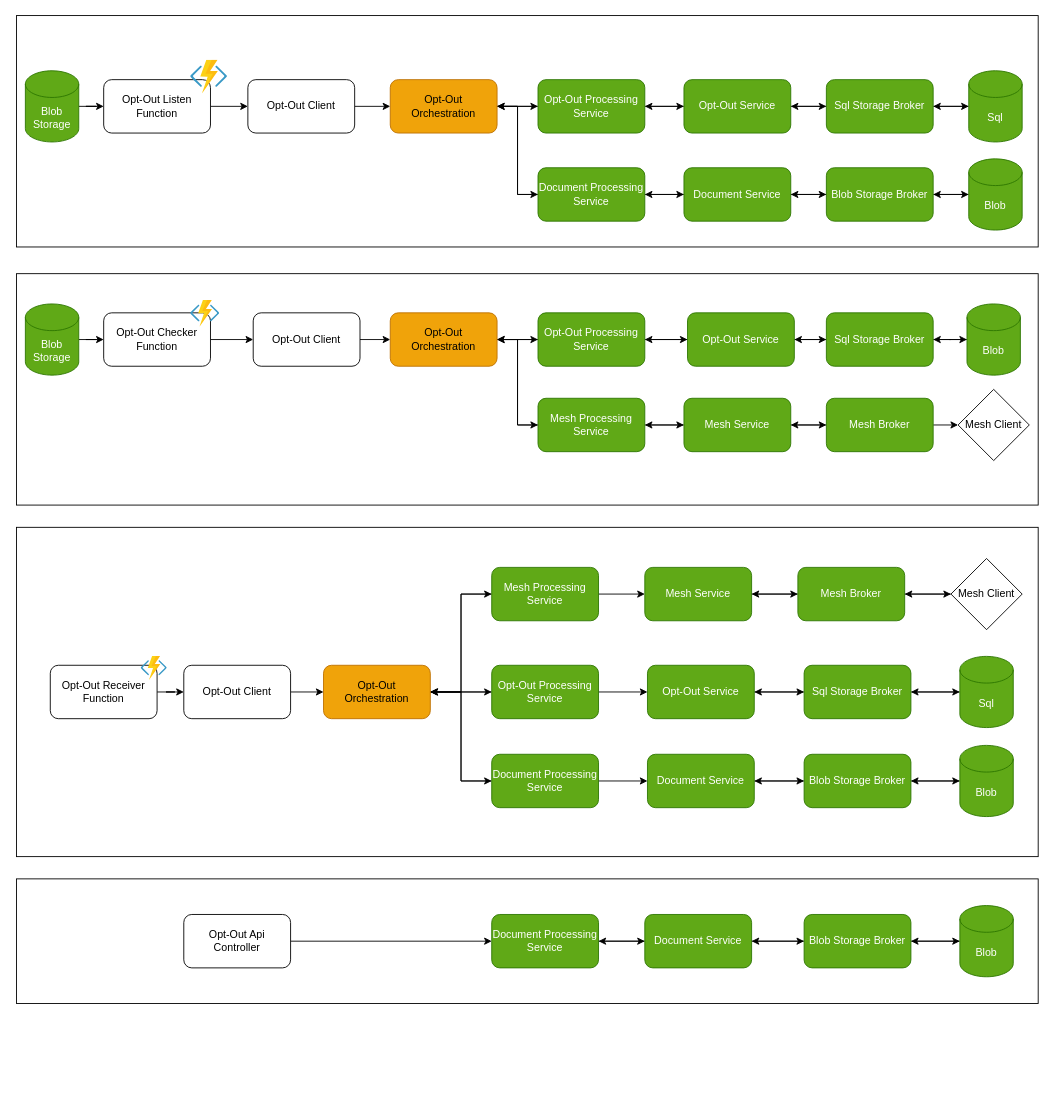
This is Documentation/Opt-Out/Opt-out.drawio from NHSISL/LondonDataServices, a draw.io file, before an edit. Source tidied: cells renumbered, new cells numbered last; positions are measured from the earlier drawing's top-left corner, leaving out a move shared by most shapes. Both pictures are drawn from the tidied source at 89%, with x=0, y=0 at pixel (16, 15).
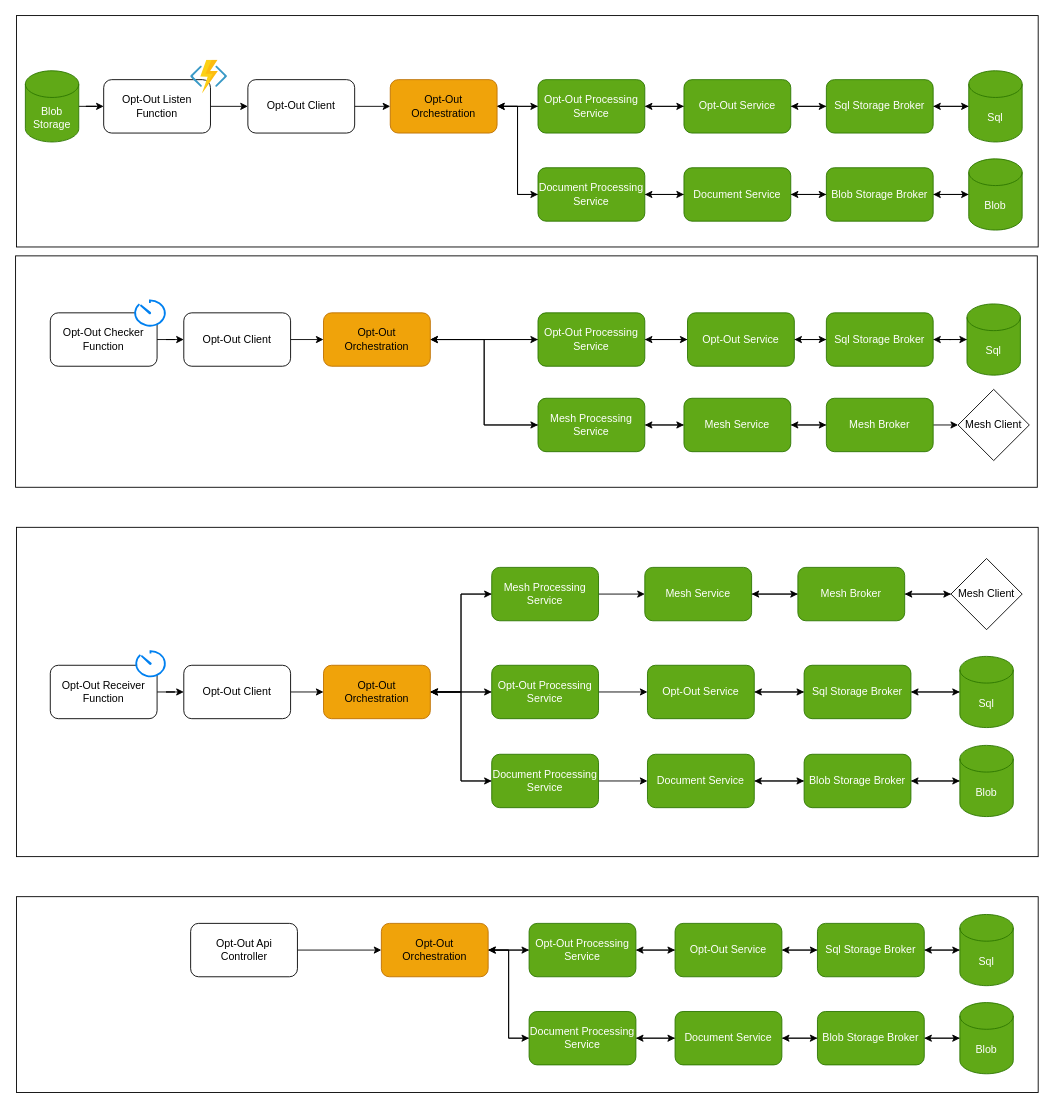
The same diagram, later.

Commit message:
CODE RUB: Updated diagram

Change to the diagram source:
```diff
@@
     <mxCell id="2" style="rounded=0;whiteSpace=wrap;html=1;" parent="1" vertex="1">
-      <mxGeometry y="290" width="1148" height="260" as="geometry" />
+      <mxGeometry x="-1" y="270" width="1148" height="260" as="geometry" />
     </mxCell>
     <mxCell id="3" style="rounded=0;whiteSpace=wrap;html=1;" parent="1" vertex="1">
-      <mxGeometry y="970" width="1148" height="140" as="geometry" />
+      <mxGeometry y="990" width="1148" height="220" as="geometry" />
     </mxCell>
@@
-    <mxCell id="16" style="sketch=0;html=1;align=center;image;fontSize=12;image=img/lib/mscae/Functions.svg;" parent="1" vertex="1">
-      <mxGeometry x="140" y="720" width="29.4" height="27" as="geometry" />
-    </mxCell>
@@
-    <mxCell id="50" style="edgeStyle=orthogonalEdgeStyle;rounded=0;jettySize=auto;html=1;exitX=1;exitY=0.5;exitDx=0;exitDy=0;entryX=0;entryY=0.5;entryDx=0;entryDy=0;" parent="1" edge="1" source="52" target="55">
-      <mxGeometry relative="1" as="geometry" />
-    </mxCell>
-    <mxCell id="51" style="edgeStyle=orthogonalEdgeStyle;rounded=0;jettySize=auto;html=1;exitX=0;exitY=0.5;exitDx=0;exitDy=0;entryX=1;entryY=0.5;entryDx=0;entryDy=0;" parent="1" edge="1" source="52" target="113">
-      <mxGeometry relative="1" as="geometry" />
-    </mxCell>
-    <mxCell id="52" value="Document Service" style="rounded=1;whiteSpace=wrap;html=1;fillColor=#60a917;fontColor=#ffffff;strokeColor=#2D7600;" parent="1" vertex="1">
-      <mxGeometry x="706" y="1010" width="120" height="60" as="geometry" />
-    </mxCell>
-    <mxCell id="53" style="edgeStyle=orthogonalEdgeStyle;rounded=0;jettySize=auto;html=1;exitX=1;exitY=0.5;exitDx=0;exitDy=0;" parent="1" edge="1" source="55" target="57">
-      <mxGeometry relative="1" as="geometry" />
-    </mxCell>
-    <mxCell id="54" style="edgeStyle=orthogonalEdgeStyle;rounded=0;jettySize=auto;html=1;exitX=0;exitY=0.5;exitDx=0;exitDy=0;" parent="1" edge="1" source="55" target="52">
-      <mxGeometry relative="1" as="geometry" />
-    </mxCell>
-    <mxCell id="55" value="Blob Storage Broker" style="rounded=1;whiteSpace=wrap;html=1;fillColor=#60a917;fontColor=#ffffff;strokeColor=#2D7600;" parent="1" vertex="1">
-      <mxGeometry x="885" y="1010" width="120" height="60" as="geometry" />
-    </mxCell>
-    <mxCell id="56" style="edgeStyle=orthogonalEdgeStyle;rounded=0;jettySize=auto;html=1;exitX=0;exitY=0.5;exitDx=0;exitDy=0;exitPerimeter=0;entryX=1;entryY=0.5;entryDx=0;entryDy=0;" parent="1" edge="1" source="57" target="55">
-      <mxGeometry relative="1" as="geometry" />
-    </mxCell>
-    <mxCell id="57" value="Blob" style="shape=cylinder3;whiteSpace=wrap;html=1;boundedLbl=1;backgroundOutline=1;size=15;fillColor=#60a917;fontColor=#ffffff;strokeColor=#2D7600;" parent="1" vertex="1">
-      <mxGeometry x="1060" y="1000" width="60" height="80" as="geometry" />
-    </mxCell>
-    <mxCell id="58" style="edgeStyle=orthogonalEdgeStyle;rounded=0;jettySize=auto;html=1;exitX=1;exitY=0.5;exitDx=0;exitDy=0;entryX=0;entryY=0.5;entryDx=0;entryDy=0;" parent="1" edge="1" source="59" target="113">
-      <mxGeometry relative="1" as="geometry" />
-    </mxCell>
+    <mxCell id="120" style="edgeStyle=orthogonalEdgeStyle;rounded=0;jettySize=auto;html=1;exitX=1;exitY=0.5;exitDx=0;exitDy=0;entryX=0;entryY=0.5;entryDx=0;entryDy=0;" parent="1" edge="1" source="59" target="125">
+      <mxGeometry relative="1" as="geometry" />
+    </mxCell>
     <mxCell id="59" value="Opt-Out Api Controller" style="rounded=1;whiteSpace=wrap;html=1;" parent="1" vertex="1">
-      <mxGeometry x="188" y="1010" width="120" height="60" as="geometry" />
+      <mxGeometry x="195.7" y="1020" width="120" height="60" as="geometry" />
     </mxCell>
@@
     <mxCell id="84" value="Opt-Out Checker&lt;br&gt;Function" style="rounded=1;whiteSpace=wrap;html=1;" parent="1" vertex="1">
-      <mxGeometry x="98" y="334" width="120" height="60" as="geometry" />
+      <mxGeometry x="38" y="334" width="120" height="60" as="geometry" />
     </mxCell>
-    <mxCell id="85" style="sketch=0;html=1;align=center;image;fontSize=12;image=img/lib/mscae/Functions.svg;" parent="1" vertex="1">
-      <mxGeometry x="195.7" y="320" width="32.6" height="30" as="geometry" />
-    </mxCell>
-    <mxCell id="86" style="edgeStyle=orthogonalEdgeStyle;rounded=0;jettySize=auto;html=1;exitX=1;exitY=0.5;exitDx=0;exitDy=0;exitPerimeter=0;" parent="1" edge="1" source="87" target="84">
-      <mxGeometry relative="1" as="geometry" />
-    </mxCell>
-    <mxCell id="87" value="Blob Storage" style="shape=cylinder3;whiteSpace=wrap;html=1;boundedLbl=1;backgroundOutline=1;size=15;fillColor=#60a917;fontColor=#ffffff;strokeColor=#2D7600;" parent="1" vertex="1">
-      <mxGeometry x="10" y="324" width="60" height="80" as="geometry" />
-    </mxCell>
@@
     <mxCell id="90" value="Opt-Out Orchestration" style="rounded=1;whiteSpace=wrap;html=1;fillColor=#f0a30a;fontColor=#000000;strokeColor=#BD7000;" parent="1" vertex="1">
-      <mxGeometry x="420" y="334" width="120" height="60" as="geometry" />
+      <mxGeometry x="345" y="334" width="120" height="60" as="geometry" />
     </mxCell>
@@
-    <mxCell id="98" value="Blob" style="shape=cylinder3;whiteSpace=wrap;html=1;boundedLbl=1;backgroundOutline=1;size=15;fillColor=#60a917;fontColor=#ffffff;strokeColor=#2D7600;" parent="1" vertex="1">
+    <mxCell id="98" value="Sql" style="shape=cylinder3;whiteSpace=wrap;html=1;boundedLbl=1;backgroundOutline=1;size=15;fillColor=#60a917;fontColor=#ffffff;strokeColor=#2D7600;" parent="1" vertex="1">
       <mxGeometry x="1068" y="324" width="60" height="80" as="geometry" />
     </mxCell>
@@
-    <mxCell id="112" style="edgeStyle=orthogonalEdgeStyle;rounded=0;jettySize=auto;html=1;exitX=1;exitY=0.5;exitDx=0;exitDy=0;entryX=0;entryY=0.5;entryDx=0;entryDy=0;" parent="1" edge="1" source="113" target="52">
-      <mxGeometry relative="1" as="geometry" />
-    </mxCell>
-    <mxCell id="113" value="Document Processing Service" style="rounded=1;whiteSpace=wrap;html=1;fillColor=#60a917;fontColor=#ffffff;strokeColor=#2D7600;" parent="1" vertex="1">
-      <mxGeometry x="534" y="1010" width="120" height="60" as="geometry" />
-    </mxCell>
@@
     <mxCell id="117" value="Opt-Out Client" style="rounded=1;whiteSpace=wrap;html=1;" parent="1" vertex="1">
-      <mxGeometry x="266" y="334" width="120" height="60" as="geometry" />
+      <mxGeometry x="188" y="334" width="120" height="60" as="geometry" />
     </mxCell>
@@
+    <mxCell id="121" style="html=1;verticalLabelPosition=bottom;align=center;labelBackgroundColor=#ffffff;verticalAlign=top;strokeWidth=2;strokeColor=#0080F0;shadow=0;dashed=0;shape=mxgraph.ios7.icons.gauge;" parent="1" vertex="1">
+      <mxGeometry x="131.7" y="320" width="36.3" height="30" as="geometry" />
+    </mxCell>
+    <mxCell id="122" style="html=1;verticalLabelPosition=bottom;align=center;labelBackgroundColor=#ffffff;verticalAlign=top;strokeWidth=2;strokeColor=#0080F0;shadow=0;dashed=0;shape=mxgraph.ios7.icons.gauge;" parent="1" vertex="1">
+      <mxGeometry x="133" y="714" width="35" height="30" as="geometry" />
+    </mxCell>
+    <mxCell id="123" style="edgeStyle=orthogonalEdgeStyle;rounded=0;jettySize=auto;html=1;exitX=1;exitY=0.5;exitDx=0;exitDy=0;entryX=0;entryY=0.5;entryDx=0;entryDy=0;" parent="1" edge="1" source="125" target="136">
+      <mxGeometry relative="1" as="geometry" />
+    </mxCell>
+    <mxCell id="124" style="edgeStyle=orthogonalEdgeStyle;rounded=0;jettySize=auto;html=1;exitX=1;exitY=0.5;exitDx=0;exitDy=0;entryX=0;entryY=0.5;entryDx=0;entryDy=0;" parent="1" edge="1" source="125" target="113">
+      <mxGeometry relative="1" as="geometry" />
+    </mxCell>
+    <mxCell id="125" value="Opt-Out Orchestration" style="rounded=1;whiteSpace=wrap;html=1;fillColor=#f0a30a;fontColor=#000000;strokeColor=#BD7000;" parent="1" vertex="1">
+      <mxGeometry x="410" y="1020" width="120" height="60" as="geometry" />
+    </mxCell>
+    <mxCell id="126" style="edgeStyle=orthogonalEdgeStyle;rounded=0;jettySize=auto;html=1;exitX=1;exitY=0.5;exitDx=0;exitDy=0;entryX=0;entryY=0.5;entryDx=0;entryDy=0;" parent="1" edge="1" source="128" target="131">
+      <mxGeometry relative="1" as="geometry" />
+    </mxCell>
+    <mxCell id="127" style="edgeStyle=orthogonalEdgeStyle;rounded=0;jettySize=auto;html=1;exitX=0;exitY=0.5;exitDx=0;exitDy=0;" parent="1" edge="1" source="128" target="136">
+      <mxGeometry relative="1" as="geometry" />
+    </mxCell>
+    <mxCell id="128" value="Opt-Out Service" style="rounded=1;whiteSpace=wrap;html=1;fillColor=#60a917;fontColor=#ffffff;strokeColor=#2D7600;" parent="1" vertex="1">
+      <mxGeometry x="740" y="1020" width="120" height="60" as="geometry" />
+    </mxCell>
+    <mxCell id="129" style="edgeStyle=orthogonalEdgeStyle;rounded=0;jettySize=auto;html=1;exitX=1;exitY=0.5;exitDx=0;exitDy=0;entryX=0;entryY=0.5;entryDx=0;entryDy=0;entryPerimeter=0;" parent="1" edge="1" source="131" target="133">
+      <mxGeometry relative="1" as="geometry" />
+    </mxCell>
+    <mxCell id="130" style="edgeStyle=orthogonalEdgeStyle;rounded=0;jettySize=auto;html=1;exitX=0;exitY=0.5;exitDx=0;exitDy=0;entryX=1;entryY=0.5;entryDx=0;entryDy=0;" parent="1" edge="1" source="131" target="128">
+      <mxGeometry relative="1" as="geometry" />
+    </mxCell>
+    <mxCell id="131" value="Sql Storage Broker" style="rounded=1;whiteSpace=wrap;html=1;fillColor=#60a917;fontColor=#ffffff;strokeColor=#2D7600;" parent="1" vertex="1">
+      <mxGeometry x="900" y="1020" width="120" height="60" as="geometry" />
+    </mxCell>
+    <mxCell id="132" style="edgeStyle=orthogonalEdgeStyle;rounded=0;jettySize=auto;html=1;exitX=0;exitY=0.5;exitDx=0;exitDy=0;exitPerimeter=0;" parent="1" edge="1" source="133" target="131">
+      <mxGeometry relative="1" as="geometry" />
+    </mxCell>
+    <mxCell id="133" value="Sql" style="shape=cylinder3;whiteSpace=wrap;html=1;boundedLbl=1;backgroundOutline=1;size=15;fillColor=#60a917;fontColor=#ffffff;strokeColor=#2D7600;" parent="1" vertex="1">
+      <mxGeometry x="1060" y="1010" width="60" height="80" as="geometry" />
+    </mxCell>
+    <mxCell id="134" style="edgeStyle=orthogonalEdgeStyle;rounded=0;jettySize=auto;html=1;exitX=1;exitY=0.5;exitDx=0;exitDy=0;entryX=0;entryY=0.5;entryDx=0;entryDy=0;" parent="1" edge="1" source="136" target="128">
+      <mxGeometry relative="1" as="geometry" />
+    </mxCell>
+    <mxCell id="135" style="edgeStyle=orthogonalEdgeStyle;rounded=0;jettySize=auto;html=1;exitX=0;exitY=0.5;exitDx=0;exitDy=0;" parent="1" edge="1" source="136" target="125">
+      <mxGeometry relative="1" as="geometry" />
+    </mxCell>
+    <mxCell id="136" value="Opt-Out Processing Service" style="rounded=1;whiteSpace=wrap;html=1;fillColor=#60a917;fontColor=#ffffff;strokeColor=#2D7600;" parent="1" vertex="1">
+      <mxGeometry x="576" y="1020" width="120" height="60" as="geometry" />
+    </mxCell>
+    <mxCell id="50" style="edgeStyle=orthogonalEdgeStyle;rounded=0;jettySize=auto;html=1;exitX=1;exitY=0.5;exitDx=0;exitDy=0;entryX=0;entryY=0.5;entryDx=0;entryDy=0;" parent="1" edge="1" source="52" target="55">
+      <mxGeometry relative="1" as="geometry" />
+    </mxCell>
+    <mxCell id="51" style="edgeStyle=orthogonalEdgeStyle;rounded=0;jettySize=auto;html=1;exitX=0;exitY=0.5;exitDx=0;exitDy=0;" parent="1" edge="1" source="52" target="113">
+      <mxGeometry relative="1" as="geometry" />
+    </mxCell>
+    <mxCell id="52" value="Document Service" style="rounded=1;whiteSpace=wrap;html=1;fillColor=#60a917;fontColor=#ffffff;strokeColor=#2D7600;" parent="1" vertex="1">
+      <mxGeometry x="740" y="1119" width="120" height="60" as="geometry" />
+    </mxCell>
+    <mxCell id="54" style="edgeStyle=orthogonalEdgeStyle;rounded=0;jettySize=auto;html=1;exitX=0;exitY=0.5;exitDx=0;exitDy=0;entryX=1;entryY=0.5;entryDx=0;entryDy=0;" parent="1" edge="1" source="55" target="52">
+      <mxGeometry relative="1" as="geometry" />
+    </mxCell>
+    <mxCell id="53" style="edgeStyle=orthogonalEdgeStyle;rounded=0;jettySize=auto;html=1;exitX=1;exitY=0.5;exitDx=0;exitDy=0;" parent="1" edge="1" source="55" target="57">
+      <mxGeometry relative="1" as="geometry" />
+    </mxCell>
+    <mxCell id="55" value="Blob Storage Broker" style="rounded=1;whiteSpace=wrap;html=1;fillColor=#60a917;fontColor=#ffffff;strokeColor=#2D7600;" parent="1" vertex="1">
+      <mxGeometry x="900" y="1119" width="120" height="60" as="geometry" />
+    </mxCell>
+    <mxCell id="112" style="edgeStyle=orthogonalEdgeStyle;rounded=0;jettySize=auto;html=1;exitX=1;exitY=0.5;exitDx=0;exitDy=0;entryX=0;entryY=0.5;entryDx=0;entryDy=0;" parent="1" edge="1" source="113" target="52">
+      <mxGeometry relative="1" as="geometry" />
+    </mxCell>
+    <mxCell id="137" style="edgeStyle=orthogonalEdgeStyle;rounded=0;jettySize=auto;html=1;exitX=0;exitY=0.5;exitDx=0;exitDy=0;entryX=1;entryY=0.5;entryDx=0;entryDy=0;" parent="1" edge="1" source="113" target="125">
+      <mxGeometry relative="1" as="geometry" />
+    </mxCell>
+    <mxCell id="113" value="Document Processing Service" style="rounded=1;whiteSpace=wrap;html=1;fillColor=#60a917;fontColor=#ffffff;strokeColor=#2D7600;" parent="1" vertex="1">
+      <mxGeometry x="576" y="1119" width="120" height="60" as="geometry" />
+    </mxCell>
+    <mxCell id="56" style="edgeStyle=orthogonalEdgeStyle;rounded=0;jettySize=auto;html=1;exitX=0;exitY=0.5;exitDx=0;exitDy=0;exitPerimeter=0;entryX=1;entryY=0.5;entryDx=0;entryDy=0;" parent="1" edge="1" source="57" target="55">
+      <mxGeometry relative="1" as="geometry" />
+    </mxCell>
+    <mxCell id="57" value="Blob" style="shape=cylinder3;whiteSpace=wrap;html=1;boundedLbl=1;backgroundOutline=1;size=15;fillColor=#60a917;fontColor=#ffffff;strokeColor=#2D7600;" parent="1" vertex="1">
+      <mxGeometry x="1060" y="1109" width="60" height="80" as="geometry" />
+    </mxCell>
```
